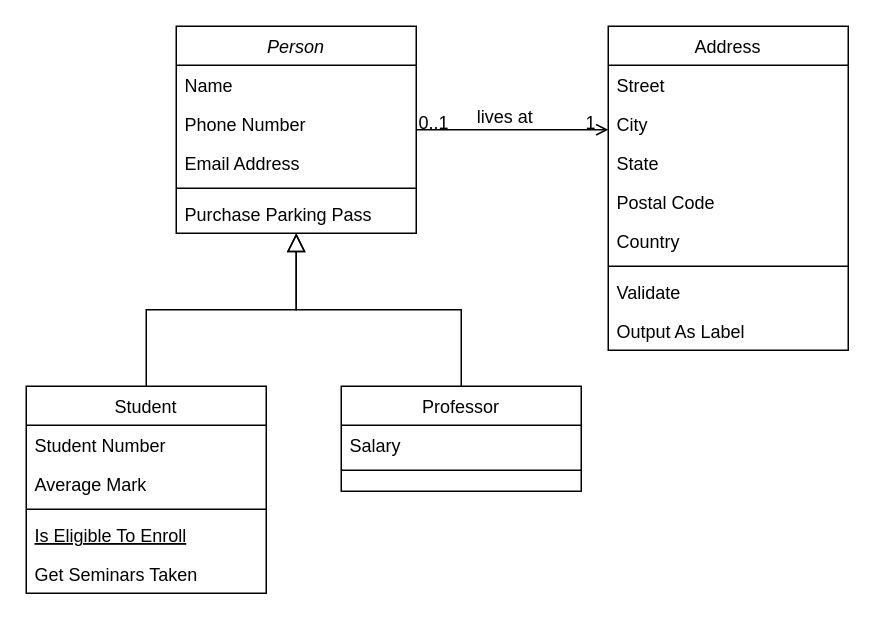
Above: Diagrama sin título.drawio in RoyGeova07/Proyecto_Progra3_Simulador-Avanzado-de-Gestion-de-una-Planta-Industrial-Inteligente (draw.io), before the change. Source tidied: cells renumbered, new cells numbered last; positions are measured from the earlier drawing's top-left corner, leaving out a move shared by most shapes. Both pictures are drawn from the tidied source at 150%, with x=0, y=0 at pixel (26, 26).
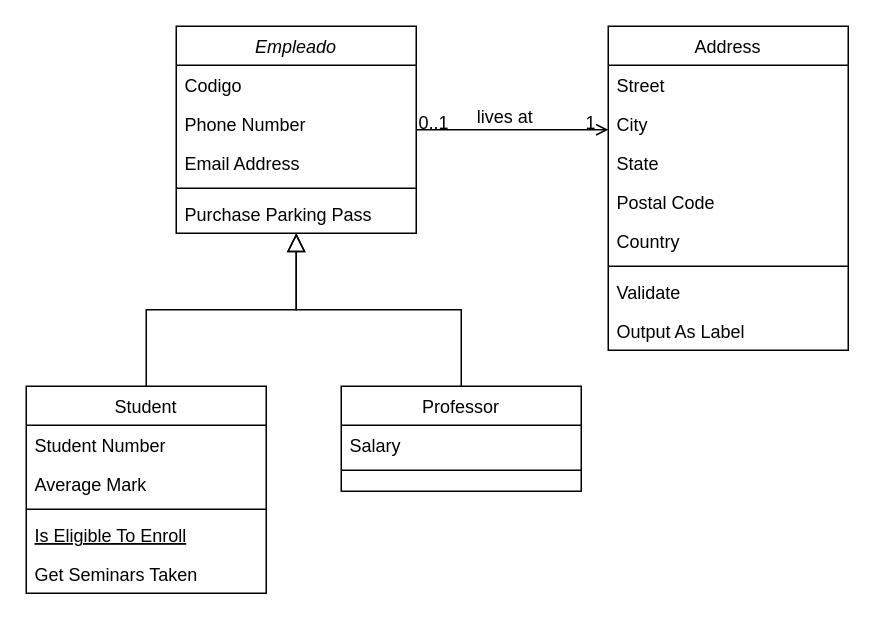
Above is the later version.

Commit message:
Diagrama_UML

Diff of the diagram source:
```diff
@@
-    <mxCell id="2" value="Person" style="swimlane;fontStyle=2;align=center;verticalAlign=top;horizontal=1;startSize=26;rounded=0;shadow=0;strokeWidth=1;" parent="1" vertex="1">
+    <mxCell id="2" value="Empleado" style="swimlane;fontStyle=2;align=center;verticalAlign=top;horizontal=1;startSize=26;rounded=0;shadow=0;strokeWidth=1;" parent="1" vertex="1">
       <mxGeometry x="100" width="160" height="138" as="geometry" />
     </mxCell>
-    <mxCell id="3" value="Name" style="text;align=left;verticalAlign=top;spacingLeft=4;spacingRight=4;overflow=hidden;" parent="2" vertex="1">
+    <mxCell id="3" value="Codigo" style="text;align=left;verticalAlign=top;spacingLeft=4;spacingRight=4;overflow=hidden;" parent="2" vertex="1">
       <mxGeometry y="26" width="160" height="26" as="geometry" />
     </mxCell>
```
